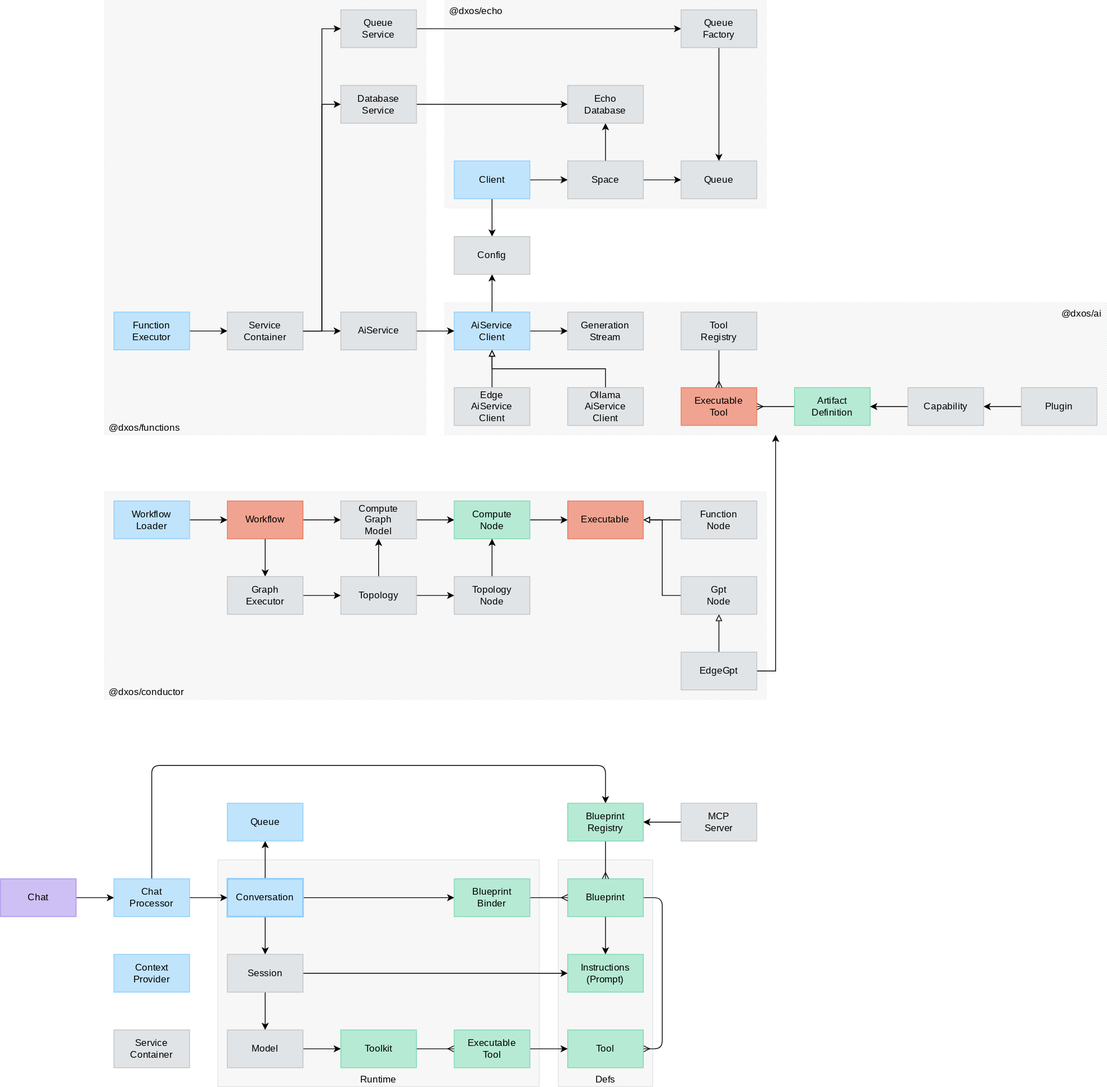
This is packages/core/ai/docs/ai.drawio.svg from dxos/dxos, a draw.io export, as it was before one commit. Source tidied: cells renumbered, new cells last; positions are measured from the earlier drawing's top-left corner, leaving out a move shared by most shapes.
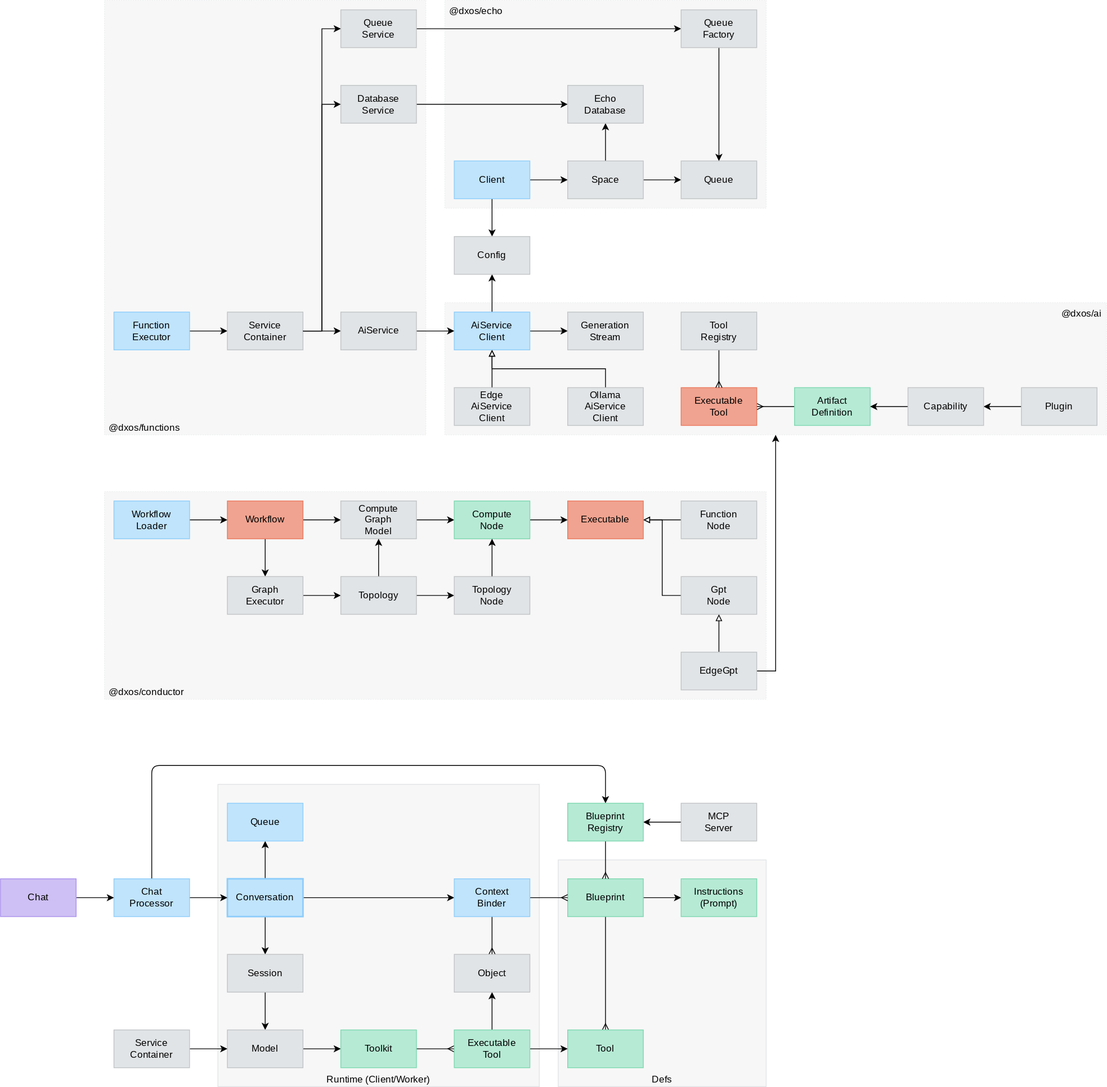
The same file after the commit.

Diff of the diagram source:
```diff
@@ -2,11 +2,11 @@
   <root>
     <mxCell id="0" />
     <mxCell id="1" parent="0" />
-    <mxCell id="2" value="Runtime" style="rounded=0;whiteSpace=wrap;html=1;fontFamily=Space Grotesk;fontSource=https%3A%2F%2Ffonts.googleapis.com%2Fcss%3Ffamily%3DSpace%2BGrotesk;fillColor=#F7F7F7;fontColor=#000000;strokeColor=#E1E4E6;verticalAlign=bottom;" parent="1" vertex="1">
-      <mxGeometry x="276" y="1092" width="408" height="288" as="geometry" />
+    <mxCell id="2" value="Runtime (Client/Worker)" style="rounded=0;whiteSpace=wrap;html=1;fontFamily=Space Grotesk;fontSource=https%3A%2F%2Ffonts.googleapis.com%2Fcss%3Ffamily%3DSpace%2BGrotesk;fillColor=#F7F7F7;fontColor=#000000;strokeColor=#E1E4E6;verticalAlign=bottom;" parent="1" vertex="1">
+      <mxGeometry x="276" y="996" width="408" height="384" as="geometry" />
     </mxCell>
     <mxCell id="3" value="Defs" style="rounded=0;whiteSpace=wrap;html=1;fontFamily=Space Grotesk;fontSource=https%3A%2F%2Ffonts.googleapis.com%2Fcss%3Ffamily%3DSpace%2BGrotesk;fillColor=#F7F7F7;fontColor=#000000;strokeColor=#E1E4E6;verticalAlign=bottom;" parent="1" vertex="1">
-      <mxGeometry x="708" y="1092" width="120" height="288" as="geometry" />
+      <mxGeometry x="708" y="1092" width="264" height="288" as="geometry" />
     </mxCell>
     <mxCell id="4" value="@dxos/conductor" style="rounded=0;whiteSpace=wrap;html=1;fontFamily=Space Grotesk;fontSource=https%3A%2F%2Ffonts.googleapis.com%2Fcss%3Ffamily%3DSpace%2BGrotesk;verticalAlign=bottom;fillColor=#F7F7F7;dashed=1;strokeWidth=0.5;align=left;spacingLeft=4;spacingRight=4;fontColor=#000000;strokeColor=#E1E4E6;" parent="1" vertex="1">
       <mxGeometry x="132" y="624" width="840" height="264" as="geometry" />
@@ -240,17 +240,12 @@
     <mxCell id="72" style="edgeStyle=none;html=1;endArrow=ERmany;endFill=0;" parent="1" edge="1" source="87" target="102">
       <mxGeometry relative="1" as="geometry" />
     </mxCell>
+    <mxCell id="74" style="edgeStyle=none;html=1;" parent="1" edge="1" source="75" target="88">
+      <mxGeometry relative="1" as="geometry" />
+    </mxCell>
-    <mxCell id="73" style="edgeStyle=none;html=1;endArrow=ERmany;endFill=0;" parent="1" edge="1" source="75" target="76">
-      <mxGeometry relative="1" as="geometry">
-        <Array as="points">
-          <mxPoint x="840" y="1140" />
-          <mxPoint x="840" y="1332" />
-        </Array>
-      </mxGeometry>
+    <mxCell id="73" style="edgeStyle=none;html=1;exitX=0.5;exitY=1;exitDx=0;exitDy=0;endArrow=ERmany;endFill=0;" parent="1" edge="1" source="75" target="76">
+      <mxGeometry relative="1" as="geometry" />
     </mxCell>
-    <mxCell id="74" style="edgeStyle=none;html=1;exitX=0.5;exitY=1;exitDx=0;exitDy=0;" parent="1" edge="1" source="75" target="88">
-      <mxGeometry relative="1" as="geometry" />
-    </mxCell>
     <mxCell id="75" value="Blueprint" style="rounded=0;whiteSpace=wrap;html=1;fontFamily=Space Grotesk;fontSource=https%3A%2F%2Ffonts.googleapis.com%2Fcss%3Ffamily%3DSpace%2BGrotesk;fillColor=#B6EAD5;fontColor=#000000;strokeColor=#7CD7AF;" parent="1" vertex="1">
       <mxGeometry x="720" y="1116" width="96" height="48" as="geometry" />
     </mxCell>
@@ -275,9 +270,6 @@
     <mxCell id="82" style="edgeStyle=none;html=1;exitX=0.5;exitY=1;exitDx=0;exitDy=0;" parent="1" edge="1" source="84" target="86">
       <mxGeometry relative="1" as="geometry" />
     </mxCell>
-    <mxCell id="83" style="edgeStyle=none;html=1;exitX=1;exitY=0.5;exitDx=0;exitDy=0;" parent="1" edge="1" source="84" target="88">
-      <mxGeometry relative="1" as="geometry" />
-    </mxCell>
     <mxCell id="84" value="Session" style="rounded=0;whiteSpace=wrap;html=1;fontFamily=Space Grotesk;fontSource=https%3A%2F%2Ffonts.googleapis.com%2Fcss%3Ffamily%3DSpace%2BGrotesk;fillColor=#E1E4E6;fontColor=#000000;strokeColor=#C0C3C5;" parent="1" vertex="1">
       <mxGeometry x="288" y="1212" width="96" height="48" as="geometry" />
     </mxCell>
@@ -291,7 +283,7 @@
       <mxGeometry x="432" y="1308" width="96" height="48" as="geometry" />
     </mxCell>
     <mxCell id="88" value="Instructions&lt;div&gt;(Prompt)&lt;/div&gt;" style="rounded=0;whiteSpace=wrap;html=1;fontFamily=Space Grotesk;fontSource=https%3A%2F%2Ffonts.googleapis.com%2Fcss%3Ffamily%3DSpace%2BGrotesk;fillColor=#B6EAD5;fontColor=#000000;strokeColor=#7CD7AF;" parent="1" vertex="1">
-      <mxGeometry x="720" y="1212" width="96" height="48" as="geometry" />
+      <mxGeometry x="864" y="1116" width="96" height="48" as="geometry" />
     </mxCell>
     <mxCell id="89" style="edgeStyle=none;html=1;exitX=1;exitY=0.5;exitDx=0;exitDy=0;" parent="1" edge="1" source="91" target="81">
       <mxGeometry relative="1" as="geometry" />
@@ -325,23 +317,32 @@
     <mxCell id="97" value="Blueprint&lt;div&gt;Registry&lt;/div&gt;" style="rounded=0;whiteSpace=wrap;html=1;fontFamily=Space Grotesk;fontSource=https%3A%2F%2Ffonts.googleapis.com%2Fcss%3Ffamily%3DSpace%2BGrotesk;fillColor=#B6EAD5;fontColor=#000000;strokeColor=#7CD7AF;" parent="1" vertex="1">
       <mxGeometry x="720" y="1020" width="96" height="48" as="geometry" />
     </mxCell>
+    <mxCell id="104" style="edgeStyle=none;html=1;exitX=0.5;exitY=0;exitDx=0;exitDy=0;endArrow=ERmany;endFill=0;" parent="1" edge="1" source="98" target="107">
+      <mxGeometry relative="1" as="geometry" />
+    </mxCell>
-    <mxCell id="98" value="Blueprint&lt;div&gt;Binder&lt;/div&gt;" style="rounded=0;whiteSpace=wrap;html=1;fontFamily=Space Grotesk;fontSource=https%3A%2F%2Ffonts.googleapis.com%2Fcss%3Ffamily%3DSpace%2BGrotesk;fillColor=#B6EAD5;fontColor=#000000;strokeColor=#7CD7AF;" parent="1" vertex="1">
+    <mxCell id="98" value="Context&lt;div&gt;Binder&lt;/div&gt;" style="rounded=0;whiteSpace=wrap;html=1;fontFamily=Space Grotesk;fontSource=https%3A%2F%2Ffonts.googleapis.com%2Fcss%3Ffamily%3DSpace%2BGrotesk;fillColor=#C0E4FC;fontColor=#000000;strokeColor=#8DCDFA;" parent="1" vertex="1">
       <mxGeometry x="576" y="1116" width="96" height="48" as="geometry" />
     </mxCell>
-    <mxCell id="99" value="Context&lt;div&gt;Provider&lt;/div&gt;" style="rounded=0;whiteSpace=wrap;html=1;fontFamily=Space Grotesk;fontSource=https%3A%2F%2Ffonts.googleapis.com%2Fcss%3Ffamily%3DSpace%2BGrotesk;fillColor=#C0E4FC;fontColor=#000000;strokeColor=#8DCDFA;" parent="1" vertex="1">
-      <mxGeometry x="144" y="1212" width="96" height="48" as="geometry" />
-    </mxCell>
     <mxCell id="100" value="Queue" style="rounded=0;whiteSpace=wrap;html=1;fontFamily=Space Grotesk;fontSource=https%3A%2F%2Ffonts.googleapis.com%2Fcss%3Ffamily%3DSpace%2BGrotesk;fillColor=#C0E4FC;fontColor=#000000;strokeColor=#8DCDFA;" parent="1" vertex="1">
       <mxGeometry x="288" y="1020" width="96" height="48" as="geometry" />
     </mxCell>
     <mxCell id="101" style="edgeStyle=none;html=1;exitX=1;exitY=0.5;exitDx=0;exitDy=0;" parent="1" edge="1" source="102" target="76">
       <mxGeometry relative="1" as="geometry" />
     </mxCell>
+    <mxCell id="105" style="edgeStyle=none;html=1;exitX=0.5;exitY=0;exitDx=0;exitDy=0;" parent="1" edge="1" source="102" target="107">
+      <mxGeometry relative="1" as="geometry" />
+    </mxCell>
     <mxCell id="102" value="Executable&lt;br&gt;Tool" style="rounded=0;whiteSpace=wrap;html=1;fontFamily=Space Grotesk;fontSource=https%3A%2F%2Ffonts.googleapis.com%2Fcss%3Ffamily%3DSpace%2BGrotesk;fillColor=#B6EAD5;fontColor=#000000;strokeColor=#7CD7AF;" parent="1" vertex="1">
       <mxGeometry x="576" y="1308" width="96" height="48" as="geometry" />
     </mxCell>
+    <mxCell id="106" style="edgeStyle=none;html=1;exitX=1;exitY=0.5;exitDx=0;exitDy=0;" parent="1" edge="1" source="103" target="86">
+      <mxGeometry relative="1" as="geometry" />
+    </mxCell>
     <mxCell id="103" value="Service&lt;br&gt;Container" style="rounded=0;whiteSpace=wrap;html=1;fontFamily=Space Grotesk;fontSource=https%3A%2F%2Ffonts.googleapis.com%2Fcss%3Ffamily%3DSpace%2BGrotesk;fillColor=#E1E4E6;fontColor=#000000;strokeColor=#C0C3C5;" parent="1" vertex="1">
       <mxGeometry x="144" y="1308" width="96" height="48" as="geometry" />
     </mxCell>
+    <mxCell id="107" value="Object" style="rounded=0;whiteSpace=wrap;html=1;fontFamily=Space Grotesk;fontSource=https%3A%2F%2Ffonts.googleapis.com%2Fcss%3Ffamily%3DSpace%2BGrotesk;fillColor=#E1E4E6;fontColor=#000000;strokeColor=#C0C3C5;" parent="1" vertex="1">
+      <mxGeometry x="576" y="1212" width="96" height="48" as="geometry" />
+    </mxCell>
   </root>
 </mxGraphModel>
```
